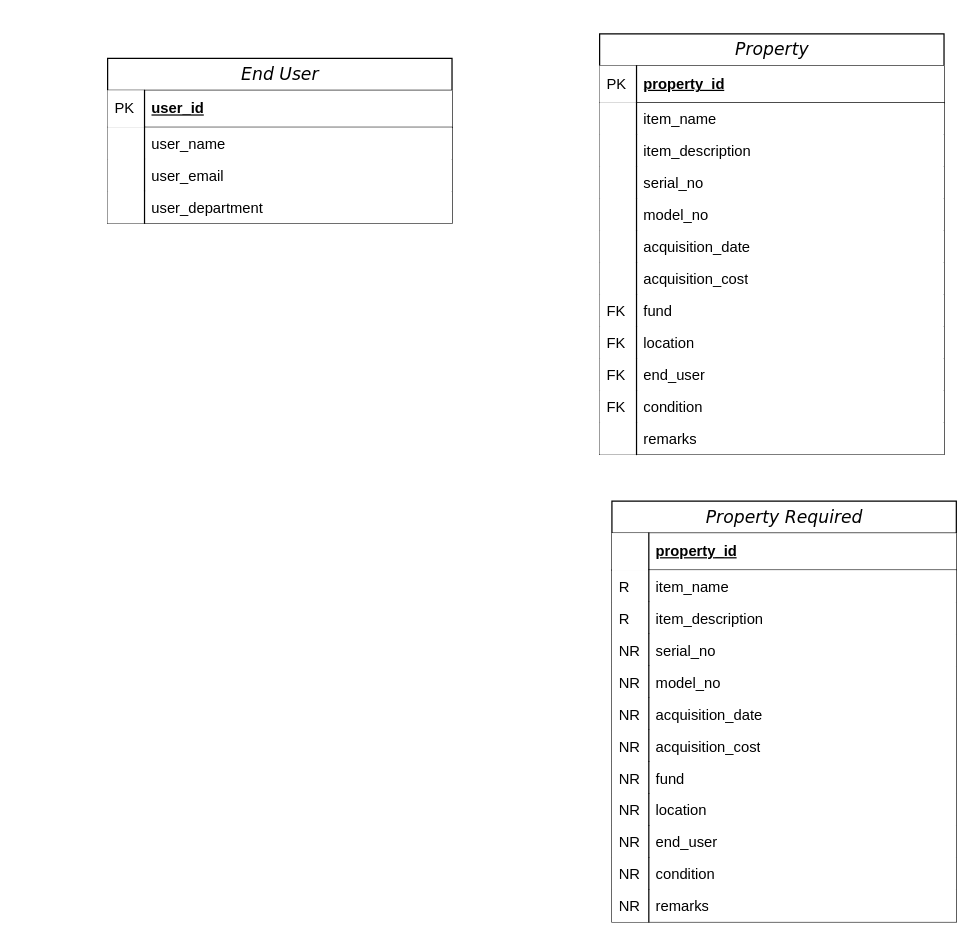
Before: diagram/erd.drawio in MarvinWaro/property-management, a draw.io diagram. Source tidied: cells renumbered, new cells numbered last; positions are measured from the earlier drawing's top-left corner, leaving out a move shared by most shapes. Both pictures are drawn from the tidied source at 123%, with x=0, y=0 at pixel (107, 33).
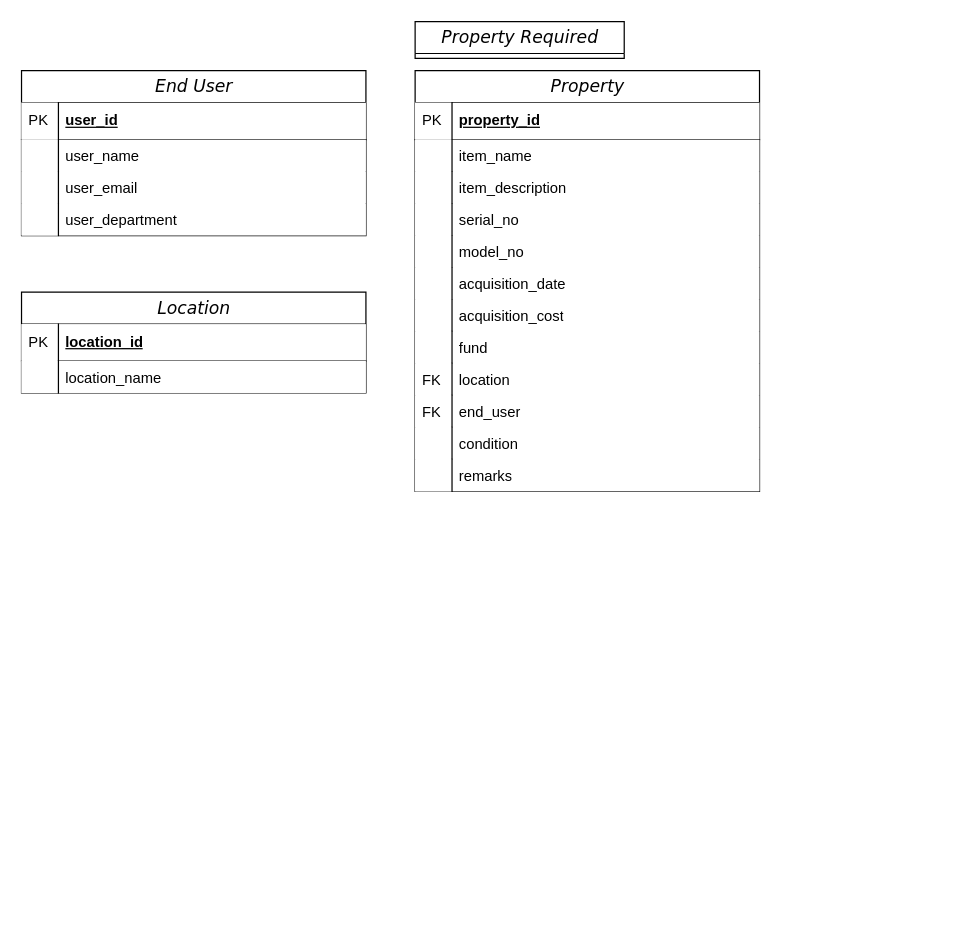
Above is the later version.

The change refers to these unchanged cells:
```xml
<mxCell id="17" value="fund" style="shape=partialRectangle;top=0;left=0;right=0;bottom=0;html=1;align=left;verticalAlign=top;spacingLeft=34;spacingRight=4;whiteSpace=wrap;overflow=hidden;" parent="2" vertex="1">
  <mxGeometry y="212" width="280" height="26" as="geometry" />
</mxCell>
<mxCell id="23" value="condition" style="shape=partialRectangle;top=0;left=0;right=0;bottom=0;html=1;align=left;verticalAlign=top;spacingLeft=34;spacingRight=4;whiteSpace=wrap;overflow=hidden;" parent="2" vertex="1">
  <mxGeometry y="290" width="280" height="26" as="geometry" />
</mxCell>
```

Change to the diagram source:
```diff
@@
     <mxCell id="2" value="&lt;i&gt;Property&lt;/i&gt;" style="swimlane;html=1;fontStyle=0;horizontal=1;startSize=26;swimlaneFillColor=#ffffff;align=center;rounded=0;shadow=0;comic=0;labelBackgroundColor=none;strokeWidth=1;fontFamily=Verdana;fontSize=14;swimlaneLine=1;" parent="1" vertex="1">
-      <mxGeometry x="400" width="280" height="342" as="geometry" />
+      <mxGeometry x="250" y="30" width="280" height="342" as="geometry" />
     </mxCell>
@@
-    <mxCell id="18" value="FK" style="shape=partialRectangle;top=0;left=0;bottom=0;html=1;align=left;verticalAlign=top;spacingLeft=4;spacingRight=4;whiteSpace=wrap;overflow=hidden;" parent="17" vertex="1">
+    <mxCell id="18" style="shape=partialRectangle;top=0;left=0;bottom=0;html=1;align=left;verticalAlign=top;spacingLeft=4;spacingRight=4;whiteSpace=wrap;overflow=hidden;" parent="17" vertex="1">
       <mxGeometry width="30" height="26" as="geometry" />
     </mxCell>
@@
-    <mxCell id="24" value="FK" style="shape=partialRectangle;top=0;left=0;bottom=0;html=1;align=left;verticalAlign=top;spacingLeft=4;spacingRight=4;whiteSpace=wrap;overflow=hidden;" parent="23" vertex="1">
+    <mxCell id="24" style="shape=partialRectangle;top=0;left=0;bottom=0;html=1;align=left;verticalAlign=top;spacingLeft=4;spacingRight=4;whiteSpace=wrap;overflow=hidden;" parent="23" vertex="1">
       <mxGeometry width="30" height="26" as="geometry" />
     </mxCell>
@@
     <mxCell id="27" value="&lt;i&gt;End User&lt;/i&gt;" style="swimlane;html=1;fontStyle=0;horizontal=1;startSize=26;swimlaneFillColor=#ffffff;align=center;rounded=0;shadow=0;comic=0;labelBackgroundColor=none;strokeWidth=1;fontFamily=Verdana;fontSize=14;swimlaneLine=1;fillColor=default;" parent="1" vertex="1">
-      <mxGeometry y="20" width="280" height="134" as="geometry" />
+      <mxGeometry x="-70" y="30" width="280" height="134" as="geometry" />
     </mxCell>
@@
-    <mxCell id="36" value="&lt;i&gt;Property Required&lt;/i&gt;" style="swimlane;html=1;fontStyle=0;horizontal=1;startSize=26;swimlaneFillColor=#ffffff;align=center;rounded=0;shadow=0;comic=0;labelBackgroundColor=none;strokeWidth=1;fontFamily=Verdana;fontSize=14;swimlaneLine=1;" parent="1" vertex="1">
-      <mxGeometry x="410" y="380" width="280" height="342" as="geometry" />
+    <mxCell id="36" value="&lt;i&gt;Property Required&lt;/i&gt;" style="swimlane;html=1;fontStyle=0;horizontal=1;startSize=26;swimlaneFillColor=#ffffff;align=center;rounded=0;shadow=0;comic=0;labelBackgroundColor=none;strokeWidth=1;fontFamily=Verdana;fontSize=14;swimlaneLine=1;" parent="1" vertex="1" collapsed="1">
+      <mxGeometry x="250" y="-10" width="170" height="30" as="geometry" />
     </mxCell>
-    <mxCell id="37" value="property_id" style="shape=partialRectangle;top=0;left=0;right=0;bottom=1;html=1;align=left;verticalAlign=middle;spacingLeft=34;spacingRight=4;whiteSpace=wrap;overflow=hidden;fontStyle=5;" parent="36" vertex="1">
-      <mxGeometry y="26" width="280" height="30" as="geometry" />
-    </mxCell>
-    <mxCell id="38" style="shape=partialRectangle;top=0;left=0;bottom=0;html=1;align=left;verticalAlign=middle;spacingLeft=4;spacingRight=4;whiteSpace=wrap;overflow=hidden;" parent="37" vertex="1">
-      <mxGeometry width="30" height="30" as="geometry" />
-    </mxCell>
-    <mxCell id="39" value="item_name" style="shape=partialRectangle;top=0;left=0;right=0;bottom=0;html=1;align=left;verticalAlign=top;spacingLeft=34;spacingRight=4;whiteSpace=wrap;overflow=hidden;" parent="36" vertex="1">
-      <mxGeometry y="56" width="280" height="26" as="geometry" />
-    </mxCell>
-    <mxCell id="40" value="R" style="shape=partialRectangle;top=0;left=0;bottom=0;html=1;align=left;verticalAlign=top;spacingLeft=4;spacingRight=4;whiteSpace=wrap;overflow=hidden;" parent="39" vertex="1">
-      <mxGeometry width="30" height="26" as="geometry" />
-    </mxCell>
-    <mxCell id="41" value="item_description" style="shape=partialRectangle;top=0;left=0;right=0;bottom=0;html=1;align=left;verticalAlign=top;spacingLeft=34;spacingRight=4;whiteSpace=wrap;overflow=hidden;" parent="36" vertex="1">
-      <mxGeometry y="82" width="280" height="26" as="geometry" />
-    </mxCell>
-    <mxCell id="42" value="R" style="shape=partialRectangle;top=0;left=0;bottom=0;html=1;align=left;verticalAlign=top;spacingLeft=4;spacingRight=4;whiteSpace=wrap;overflow=hidden;" parent="41" vertex="1">
-      <mxGeometry width="30" height="26" as="geometry" />
-    </mxCell>
-    <mxCell id="43" value="serial_no" style="shape=partialRectangle;top=0;left=0;right=0;bottom=0;html=1;align=left;verticalAlign=top;spacingLeft=34;spacingRight=4;whiteSpace=wrap;overflow=hidden;" parent="36" vertex="1">
-      <mxGeometry y="108" width="280" height="26" as="geometry" />
-    </mxCell>
-    <mxCell id="44" value="NR" style="shape=partialRectangle;top=0;left=0;bottom=0;html=1;align=left;verticalAlign=top;spacingLeft=4;spacingRight=4;whiteSpace=wrap;overflow=hidden;" parent="43" vertex="1">
-      <mxGeometry width="30" height="26" as="geometry" />
-    </mxCell>
-    <mxCell id="45" value="model_no" style="shape=partialRectangle;top=0;left=0;right=0;bottom=0;html=1;align=left;verticalAlign=top;spacingLeft=34;spacingRight=4;whiteSpace=wrap;overflow=hidden;" parent="36" vertex="1">
-      <mxGeometry y="134" width="280" height="26" as="geometry" />
-    </mxCell>
-    <mxCell id="46" value="NR" style="shape=partialRectangle;top=0;left=0;bottom=0;html=1;align=left;verticalAlign=top;spacingLeft=4;spacingRight=4;whiteSpace=wrap;overflow=hidden;" parent="45" vertex="1">
-      <mxGeometry width="30" height="26" as="geometry" />
-    </mxCell>
-    <mxCell id="47" value="acquisition_date" style="shape=partialRectangle;top=0;left=0;right=0;bottom=0;html=1;align=left;verticalAlign=top;spacingLeft=34;spacingRight=4;whiteSpace=wrap;overflow=hidden;" parent="36" vertex="1">
-      <mxGeometry y="160" width="280" height="26" as="geometry" />
-    </mxCell>
-    <mxCell id="48" value="NR" style="shape=partialRectangle;top=0;left=0;bottom=0;html=1;align=left;verticalAlign=top;spacingLeft=4;spacingRight=4;whiteSpace=wrap;overflow=hidden;" parent="47" vertex="1">
-      <mxGeometry width="30" height="26" as="geometry" />
-    </mxCell>
-    <mxCell id="49" value="acquisition_cost&lt;br&gt;" style="shape=partialRectangle;top=0;left=0;right=0;bottom=0;html=1;align=left;verticalAlign=top;spacingLeft=34;spacingRight=4;whiteSpace=wrap;overflow=hidden;" parent="36" vertex="1">
-      <mxGeometry y="186" width="280" height="26" as="geometry" />
-    </mxCell>
-    <mxCell id="50" value="NR" style="shape=partialRectangle;top=0;left=0;bottom=0;html=1;align=left;verticalAlign=top;spacingLeft=4;spacingRight=4;whiteSpace=wrap;overflow=hidden;" parent="49" vertex="1">
-      <mxGeometry width="30" height="26" as="geometry" />
-    </mxCell>
-    <mxCell id="51" value="fund" style="shape=partialRectangle;top=0;left=0;right=0;bottom=0;html=1;align=left;verticalAlign=top;spacingLeft=34;spacingRight=4;whiteSpace=wrap;overflow=hidden;" parent="36" vertex="1">
-      <mxGeometry y="212" width="280" height="26" as="geometry" />
-    </mxCell>
-    <mxCell id="52" value="NR" style="shape=partialRectangle;top=0;left=0;bottom=0;html=1;align=left;verticalAlign=top;spacingLeft=4;spacingRight=4;whiteSpace=wrap;overflow=hidden;" parent="51" vertex="1">
-      <mxGeometry width="30" height="26" as="geometry" />
-    </mxCell>
-    <mxCell id="53" value="location" style="shape=partialRectangle;top=0;left=0;right=0;bottom=0;html=1;align=left;verticalAlign=top;spacingLeft=34;spacingRight=4;whiteSpace=wrap;overflow=hidden;" parent="36" vertex="1">
-      <mxGeometry y="238" width="280" height="26" as="geometry" />
-    </mxCell>
-    <mxCell id="54" value="NR" style="shape=partialRectangle;top=0;left=0;bottom=0;html=1;align=left;verticalAlign=top;spacingLeft=4;spacingRight=4;whiteSpace=wrap;overflow=hidden;" parent="53" vertex="1">
-      <mxGeometry width="30" height="26" as="geometry" />
-    </mxCell>
-    <mxCell id="55" value="end_user" style="shape=partialRectangle;top=0;left=0;right=0;bottom=0;html=1;align=left;verticalAlign=top;spacingLeft=34;spacingRight=4;whiteSpace=wrap;overflow=hidden;" parent="36" vertex="1">
-      <mxGeometry y="264" width="280" height="26" as="geometry" />
-    </mxCell>
-    <mxCell id="56" value="NR" style="shape=partialRectangle;top=0;left=0;bottom=0;html=1;align=left;verticalAlign=top;spacingLeft=4;spacingRight=4;whiteSpace=wrap;overflow=hidden;" parent="55" vertex="1">
-      <mxGeometry width="30" height="26" as="geometry" />
-    </mxCell>
-    <mxCell id="57" value="condition" style="shape=partialRectangle;top=0;left=0;right=0;bottom=0;html=1;align=left;verticalAlign=top;spacingLeft=34;spacingRight=4;whiteSpace=wrap;overflow=hidden;" parent="36" vertex="1">
-      <mxGeometry y="290" width="280" height="26" as="geometry" />
-    </mxCell>
-    <mxCell id="58" value="NR" style="shape=partialRectangle;top=0;left=0;bottom=0;html=1;align=left;verticalAlign=top;spacingLeft=4;spacingRight=4;whiteSpace=wrap;overflow=hidden;" parent="57" vertex="1">
-      <mxGeometry width="30" height="26" as="geometry" />
-    </mxCell>
-    <mxCell id="59" value="remarks" style="shape=partialRectangle;top=0;left=0;right=0;bottom=0;html=1;align=left;verticalAlign=top;spacingLeft=34;spacingRight=4;whiteSpace=wrap;overflow=hidden;" parent="36" vertex="1">
-      <mxGeometry y="316" width="280" height="26" as="geometry" />
-    </mxCell>
-    <mxCell id="60" value="NR" style="shape=partialRectangle;top=0;left=0;bottom=0;html=1;align=left;verticalAlign=top;spacingLeft=4;spacingRight=4;whiteSpace=wrap;overflow=hidden;" parent="59" vertex="1">
-      <mxGeometry width="30" height="26" as="geometry" />
-    </mxCell>
+    <mxCell id="61" value="&lt;i&gt;Location&lt;/i&gt;" style="swimlane;html=1;fontStyle=0;horizontal=1;startSize=26;swimlaneFillColor=#ffffff;align=center;rounded=0;shadow=0;comic=0;labelBackgroundColor=none;strokeWidth=1;fontFamily=Verdana;fontSize=14;swimlaneLine=1;fillColor=default;" parent="1" vertex="1">
+      <mxGeometry x="-70" y="210" width="280" height="82" as="geometry" />
+    </mxCell>
+    <mxCell id="62" value="location_id" style="shape=partialRectangle;top=0;left=0;right=0;bottom=1;html=1;align=left;verticalAlign=middle;spacingLeft=34;spacingRight=4;whiteSpace=wrap;overflow=hidden;fontStyle=5;" parent="61" vertex="1">
+      <mxGeometry y="26" width="280" height="30" as="geometry" />
+    </mxCell>
+    <mxCell id="63" value="PK" style="shape=partialRectangle;top=0;left=0;bottom=0;html=1;align=left;verticalAlign=middle;spacingLeft=4;spacingRight=4;whiteSpace=wrap;overflow=hidden;" parent="62" vertex="1">
+      <mxGeometry width="30" height="30" as="geometry" />
+    </mxCell>
+    <mxCell id="64" value="location_name" style="shape=partialRectangle;top=0;left=0;right=0;bottom=0;html=1;align=left;verticalAlign=top;spacingLeft=34;spacingRight=4;whiteSpace=wrap;overflow=hidden;" parent="61" vertex="1">
+      <mxGeometry y="56" width="280" height="26" as="geometry" />
+    </mxCell>
+    <mxCell id="65" style="shape=partialRectangle;top=0;left=0;bottom=0;html=1;align=left;verticalAlign=top;spacingLeft=4;spacingRight=4;whiteSpace=wrap;overflow=hidden;" parent="64" vertex="1">
+      <mxGeometry width="30" height="26" as="geometry" />
+    </mxCell>
```
